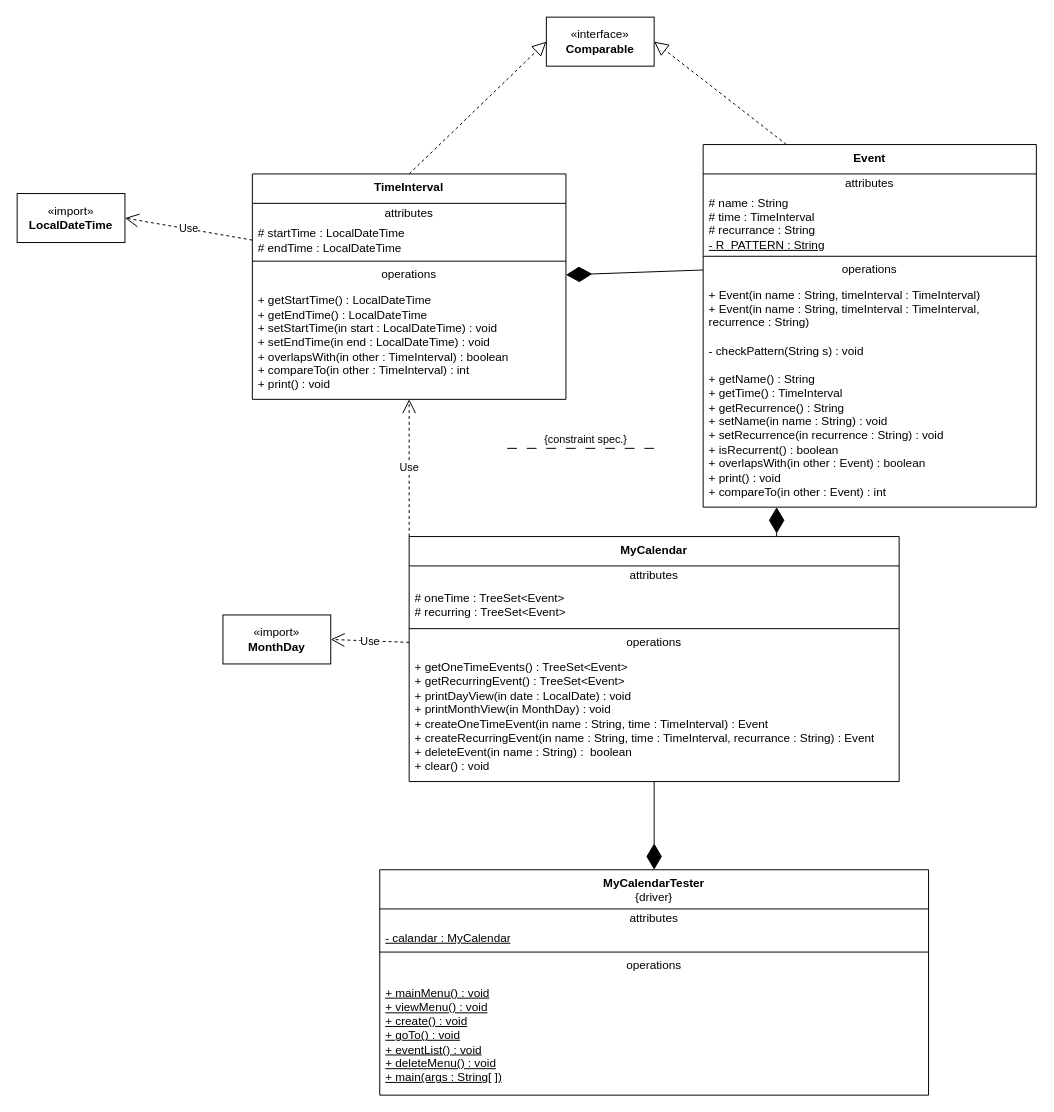
The draw.io diagram obj_oriented_dsgn/programs/assignment1/docs/uml.drawio in connor-petri/School, before the edit. Source tidied: cells renumbered, new cells numbered last; positions are measured from the earlier drawing's top-left corner, leaving out a move shared by most shapes. Both pictures are drawn from the tidied source at 98%, with x=0, y=0 at pixel (17, 17).
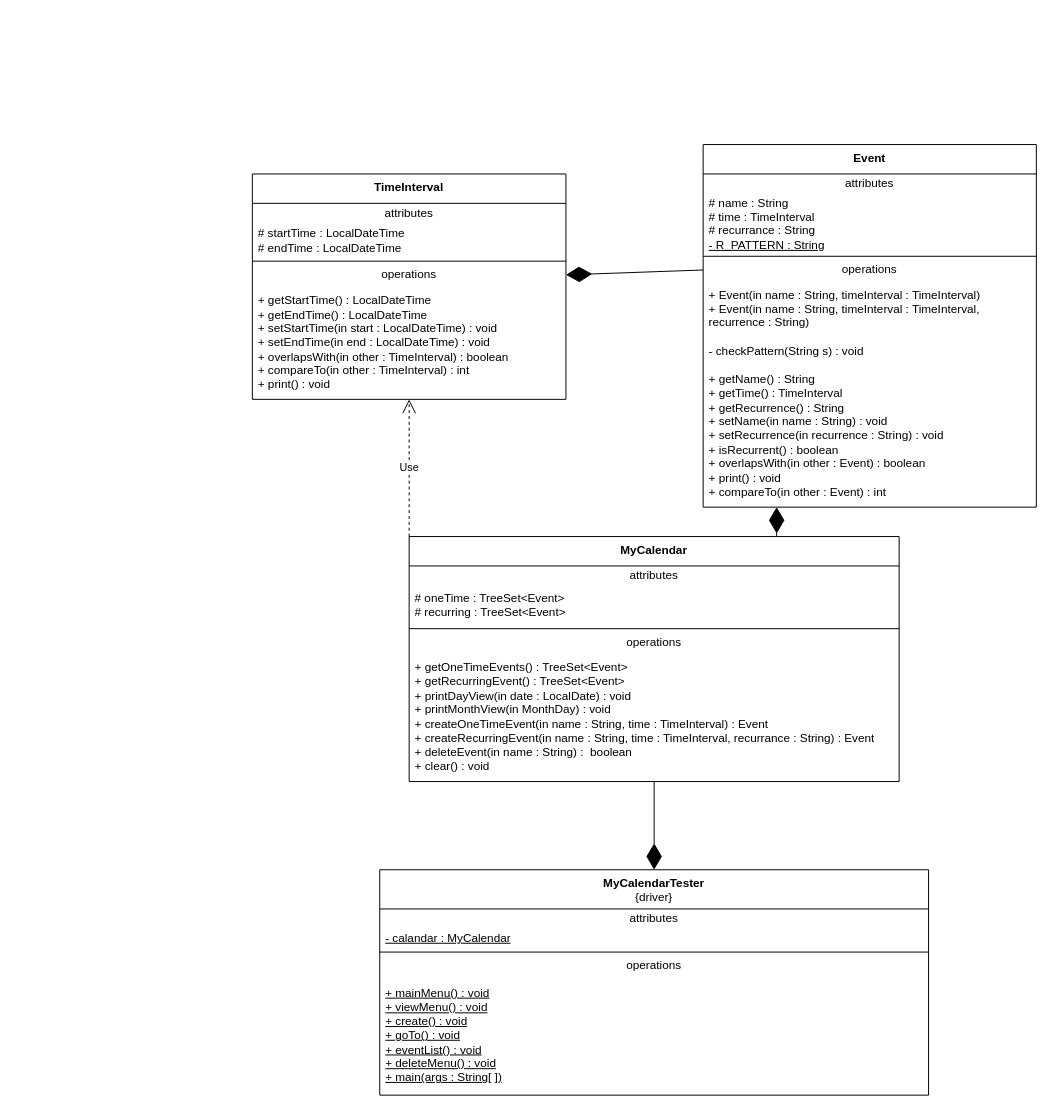
Above is the later version.

The change refers to these unchanged cells:
```xml
<mxCell id="2" value="&lt;b&gt;TimeInterval&lt;/b&gt;" style="swimlane;fontStyle=0;align=center;verticalAlign=top;horizontal=1;startSize=30;html=1;whiteSpace=wrap;" parent="1" vertex="1">
  <mxGeometry x="240" y="160" width="320" height="230" as="geometry" />
</mxCell>
<mxCell id="4" value="# startTime : LocalDateTime&lt;div&gt;# endTime : LocalDateTime&lt;/div&gt;" style="text;html=1;strokeColor=none;fillColor=none;align=left;verticalAlign=middle;spacingLeft=4;spacingRight=4;overflow=hidden;points=[[0,0.5],[1,0.5]];portConstraint=eastwest;whiteSpace=wrap;" parent="2" vertex="1">
  <mxGeometry y="50" width="320" height="35" as="geometry" />
</mxCell>
<mxCell id="8" value="&lt;b&gt;Event&lt;/b&gt;" style="swimlane;fontStyle=0;align=center;verticalAlign=top;horizontal=1;startSize=30;html=1;whiteSpace=wrap;" parent="1" vertex="1">
  <mxGeometry x="700" y="130" width="340" height="370" as="geometry" />
</mxCell>
<mxCell id="18" value="operations" style="text;html=1;strokeColor=none;fillColor=none;align=center;verticalAlign=middle;spacingLeft=4;spacingRight=4;overflow=hidden;points=[[0,0.5],[1,0.5]];portConstraint=eastwest;whiteSpace=wrap;" parent="14" vertex="1">
  <mxGeometry y="98" width="500" height="20" as="geometry" />
</mxCell>
```

Diff of the diagram source:
```diff
@@
-    <mxCell id="20" value="«interface»&lt;br&gt;&lt;b&gt;Comparable&lt;/b&gt;" style="html=1;whiteSpace=wrap;" parent="1" vertex="1">
-      <mxGeometry x="540" width="110" height="50" as="geometry" />
-    </mxCell>
@@
-    <mxCell id="28" style="endArrow=block;dashed=1;endFill=0;endSize=12;html=1;rounded=0;exitX=0.25;exitY=0;exitDx=0;exitDy=0;entryX=1;entryY=0.5;entryDx=0;entryDy=0;" parent="1" edge="1" source="8" target="20">
-      <mxGeometry relative="1" as="geometry" />
-    </mxCell>
-    <mxCell id="29" style="endArrow=block;dashed=1;endFill=0;endSize=12;html=1;rounded=0;entryX=0;entryY=0.5;entryDx=0;entryDy=0;exitX=0.5;exitY=0;exitDx=0;exitDy=0;" parent="1" edge="1" source="2" target="20">
-      <mxGeometry relative="1" as="geometry" />
-    </mxCell>
@@
-    <mxCell id="33" value="«import»&lt;br&gt;&lt;b&gt;LocalDateTime&lt;/b&gt;" style="html=1;whiteSpace=wrap;" parent="1" vertex="1">
-      <mxGeometry y="180" width="110" height="50" as="geometry" />
-    </mxCell>
-    <mxCell id="34" value="«import»&lt;div&gt;&lt;b&gt;MonthDay&lt;/b&gt;&lt;/div&gt;" style="html=1;whiteSpace=wrap;" parent="1" vertex="1">
-      <mxGeometry x="210" y="610" width="110" height="50" as="geometry" />
-    </mxCell>
-    <mxCell id="35" value="Use" style="endArrow=open;endSize=12;dashed=1;html=1;rounded=0;entryX=1;entryY=0.5;entryDx=0;entryDy=0;exitX=0;exitY=0.5;exitDx=0;exitDy=0;" parent="1" edge="1" source="4" target="33">
-      <mxGeometry relative="1" as="geometry" />
-    </mxCell>
-    <mxCell id="36" value="Use" style="endArrow=open;endSize=12;dashed=1;html=1;rounded=0;entryX=1;entryY=0.5;entryDx=0;entryDy=0;exitX=0;exitY=0.5;exitDx=0;exitDy=0;" parent="1" edge="1" source="18" target="34">
-      <mxGeometry relative="1" as="geometry" />
-    </mxCell>
-    <mxCell id="37" value="{constraint spec.}" style="endArrow=none;startArrow=none;endFill=0;startFill=0;endSize=8;html=1;verticalAlign=bottom;dashed=1;labelBackgroundColor=none;dashPattern=10 10;rounded=0;" parent="1" edge="1">
-      <mxGeometry relative="1" as="geometry">
-        <mxPoint x="500" y="440" as="sourcePoint" />
-        <mxPoint x="660" y="440" as="targetPoint" />
-      </mxGeometry>
-    </mxCell>
```
